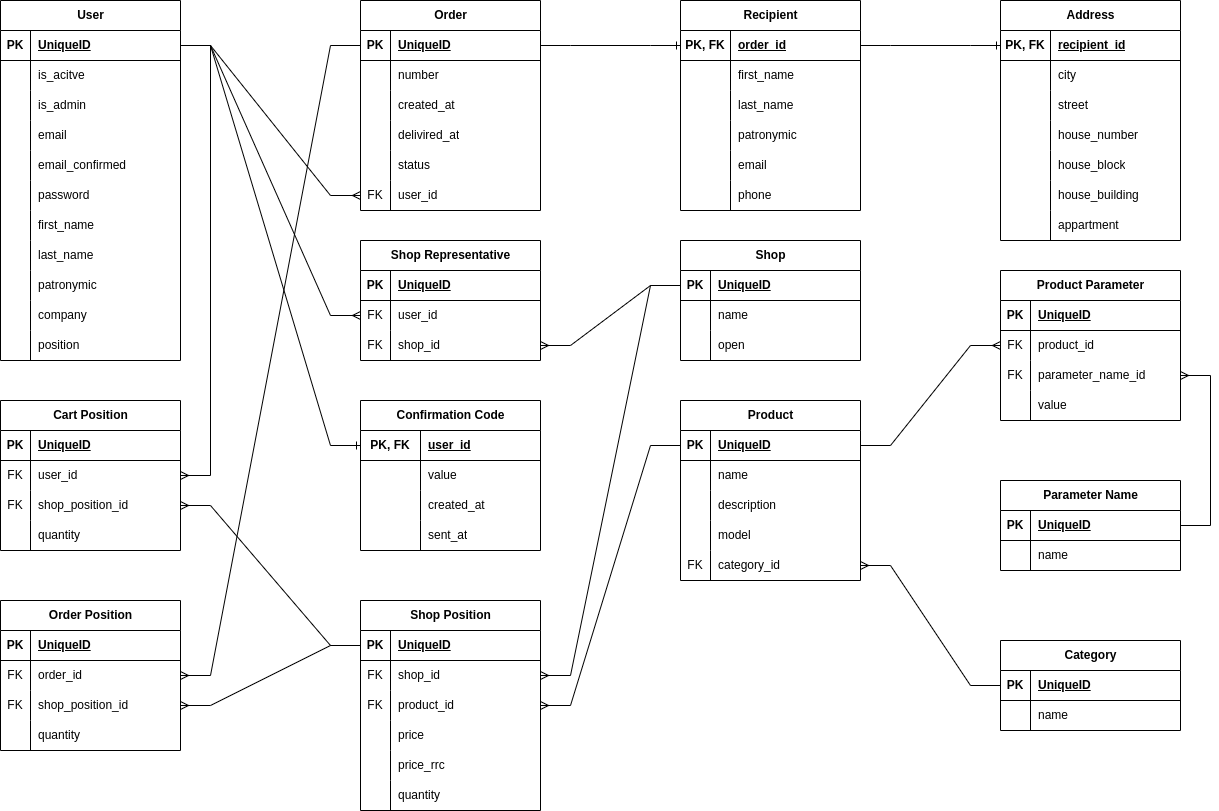
The draw.io diagram db_scheme.drawio.png in dmi-smirnov/netology_pd73_diploma, before a commit. Source tidied: cells renumbered, new cells last; positions are measured from the earlier drawing's top-left corner, leaving out a move shared by most shapes.
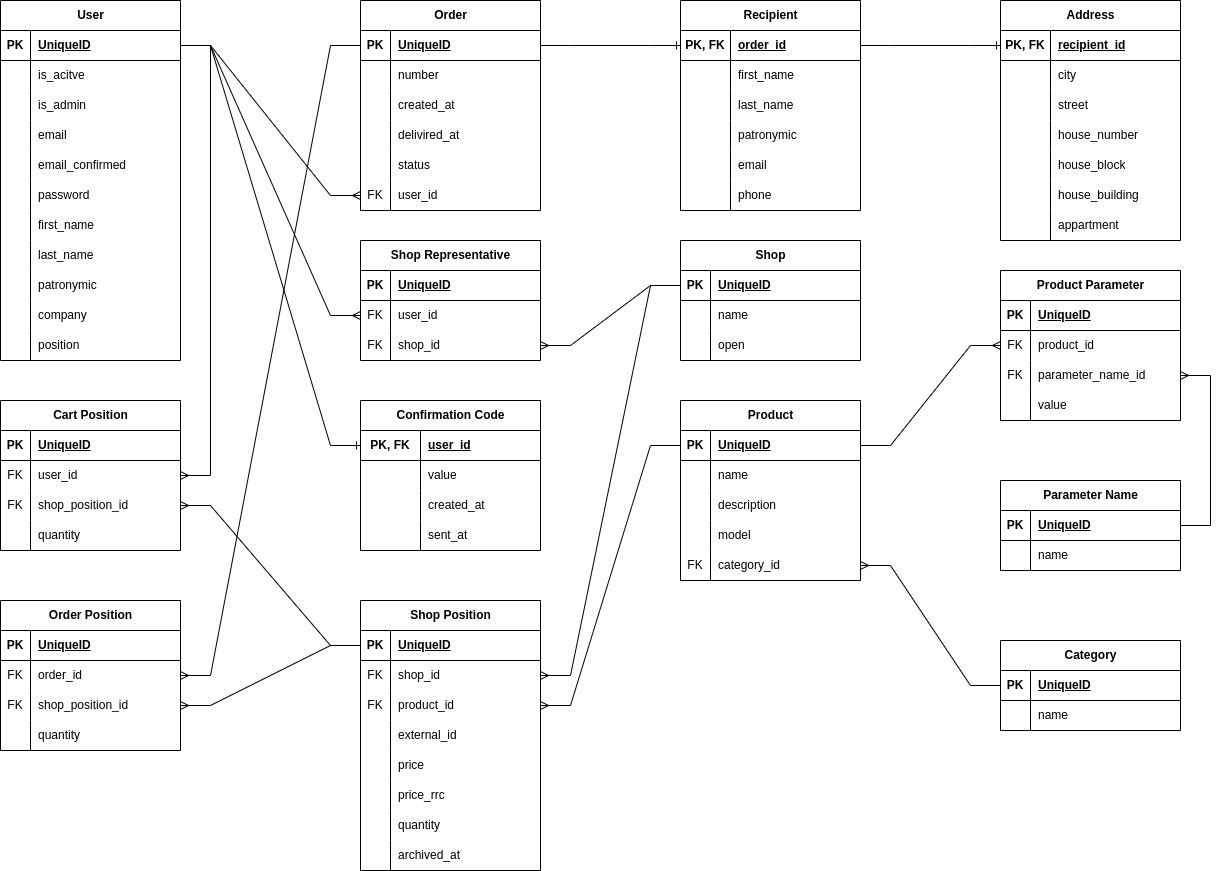
Later version of the same file.

Change to the diagram source:
```diff
@@ -468,7 +468,7 @@
       <mxGeometry x="30" width="150" height="30" as="geometry" />
     </mxCell>
     <mxCell id="157" value="Shop Position" style="shape=table;startSize=30;rowLines=0;fontStyle=1;align=center;html=1;" parent="1" vertex="1">
-      <mxGeometry x="360" y="600" width="180" height="210" as="geometry" />
+      <mxGeometry x="360" y="600" width="180" height="270" as="geometry" />
     </mxCell>
     <mxCell id="158" style="shape=tableRow;horizontal=0;startSize=0;swimlaneHead=0;swimlaneBody=0;fillColor=none;points=[[0,0.5],[1,0.5]];portConstraint=eastwest;top=0;left=0;right=0;bottom=1;" parent="157" vertex="1">
       <mxGeometry y="30" width="180" height="30" as="geometry" />
@@ -497,8 +497,17 @@
     <mxCell id="166" value="product_id" style="shape=partialRectangle;fillColor=none;top=0;left=0;bottom=0;right=0;align=left;spacingLeft=6;overflow=hidden;whiteSpace=wrap;html=1;" parent="164" vertex="1">
       <mxGeometry x="30" width="150" height="30" as="geometry" />
     </mxCell>
+    <mxCell id="232" style="shape=tableRow;horizontal=0;startSize=0;swimlaneHead=0;swimlaneBody=0;fillColor=none;top=0;left=0;right=0;bottom=0;" parent="157" vertex="1">
+      <mxGeometry y="120" width="180" height="30" as="geometry" />
+    </mxCell>
+    <mxCell id="233" style="shape=partialRectangle;fillColor=none;top=0;left=0;bottom=0;right=0;overflow=hidden;whiteSpace=wrap;html=1;" parent="232" vertex="1">
+      <mxGeometry width="30" height="30" as="geometry" />
+    </mxCell>
+    <mxCell id="234" value="external_id" style="shape=partialRectangle;fillColor=none;top=0;left=0;bottom=0;right=0;align=left;spacingLeft=6;overflow=hidden;whiteSpace=wrap;html=1;" parent="232" vertex="1">
+      <mxGeometry x="30" width="150" height="30" as="geometry" />
+    </mxCell>
     <mxCell id="167" style="shape=tableRow;horizontal=0;startSize=0;swimlaneHead=0;swimlaneBody=0;fillColor=none;top=0;left=0;right=0;bottom=0;" parent="157" vertex="1">
-      <mxGeometry y="120" width="180" height="30" as="geometry" />
+      <mxGeometry y="150" width="180" height="30" as="geometry" />
     </mxCell>
     <mxCell id="168" style="shape=partialRectangle;fillColor=none;top=0;left=0;bottom=0;right=0;overflow=hidden;whiteSpace=wrap;html=1;" parent="167" vertex="1">
       <mxGeometry width="30" height="30" as="geometry" />
@@ -507,7 +516,7 @@
       <mxGeometry x="30" width="150" height="30" as="geometry" />
     </mxCell>
     <mxCell id="170" style="shape=tableRow;horizontal=0;startSize=0;swimlaneHead=0;swimlaneBody=0;fillColor=none;top=0;left=0;right=0;bottom=0;" parent="157" vertex="1">
-      <mxGeometry y="150" width="180" height="30" as="geometry" />
+      <mxGeometry y="180" width="180" height="30" as="geometry" />
     </mxCell>
     <mxCell id="171" style="shape=partialRectangle;fillColor=none;top=0;left=0;bottom=0;right=0;overflow=hidden;whiteSpace=wrap;html=1;" parent="170" vertex="1">
       <mxGeometry width="30" height="30" as="geometry" />
@@ -516,7 +525,7 @@
       <mxGeometry x="30" width="150" height="30" as="geometry" />
     </mxCell>
     <mxCell id="173" style="shape=tableRow;horizontal=0;startSize=0;swimlaneHead=0;swimlaneBody=0;fillColor=none;top=0;left=0;right=0;bottom=0;" parent="157" vertex="1">
-      <mxGeometry y="180" width="180" height="30" as="geometry" />
+      <mxGeometry y="210" width="180" height="30" as="geometry" />
     </mxCell>
     <mxCell id="174" style="shape=partialRectangle;fillColor=none;top=0;left=0;bottom=0;right=0;overflow=hidden;whiteSpace=wrap;html=1;" parent="173" vertex="1">
       <mxGeometry width="30" height="30" as="geometry" />
@@ -524,6 +533,15 @@
     <mxCell id="175" value="quantity" style="shape=partialRectangle;fillColor=none;top=0;left=0;bottom=0;right=0;align=left;spacingLeft=6;overflow=hidden;whiteSpace=wrap;html=1;" parent="173" vertex="1">
       <mxGeometry x="30" width="150" height="30" as="geometry" />
     </mxCell>
+    <mxCell id="235" style="shape=tableRow;horizontal=0;startSize=0;swimlaneHead=0;swimlaneBody=0;fillColor=none;top=0;left=0;right=0;bottom=0;" parent="157" vertex="1">
+      <mxGeometry y="240" width="180" height="30" as="geometry" />
+    </mxCell>
+    <mxCell id="236" style="shape=partialRectangle;fillColor=none;top=0;left=0;bottom=0;right=0;overflow=hidden;whiteSpace=wrap;html=1;" parent="235" vertex="1">
+      <mxGeometry width="30" height="30" as="geometry" />
+    </mxCell>
+    <mxCell id="237" value="archived_at" style="shape=partialRectangle;fillColor=none;top=0;left=0;bottom=0;right=0;align=left;spacingLeft=6;overflow=hidden;whiteSpace=wrap;html=1;" parent="235" vertex="1">
+      <mxGeometry x="30" width="150" height="30" as="geometry" />
+    </mxCell>
     <mxCell id="176" value="Cart Position" style="shape=table;startSize=30;rowLines=0;fontStyle=1;align=center;html=1;" parent="1" vertex="1">
       <mxGeometry y="400" width="180" height="150" as="geometry" />
     </mxCell>
```
